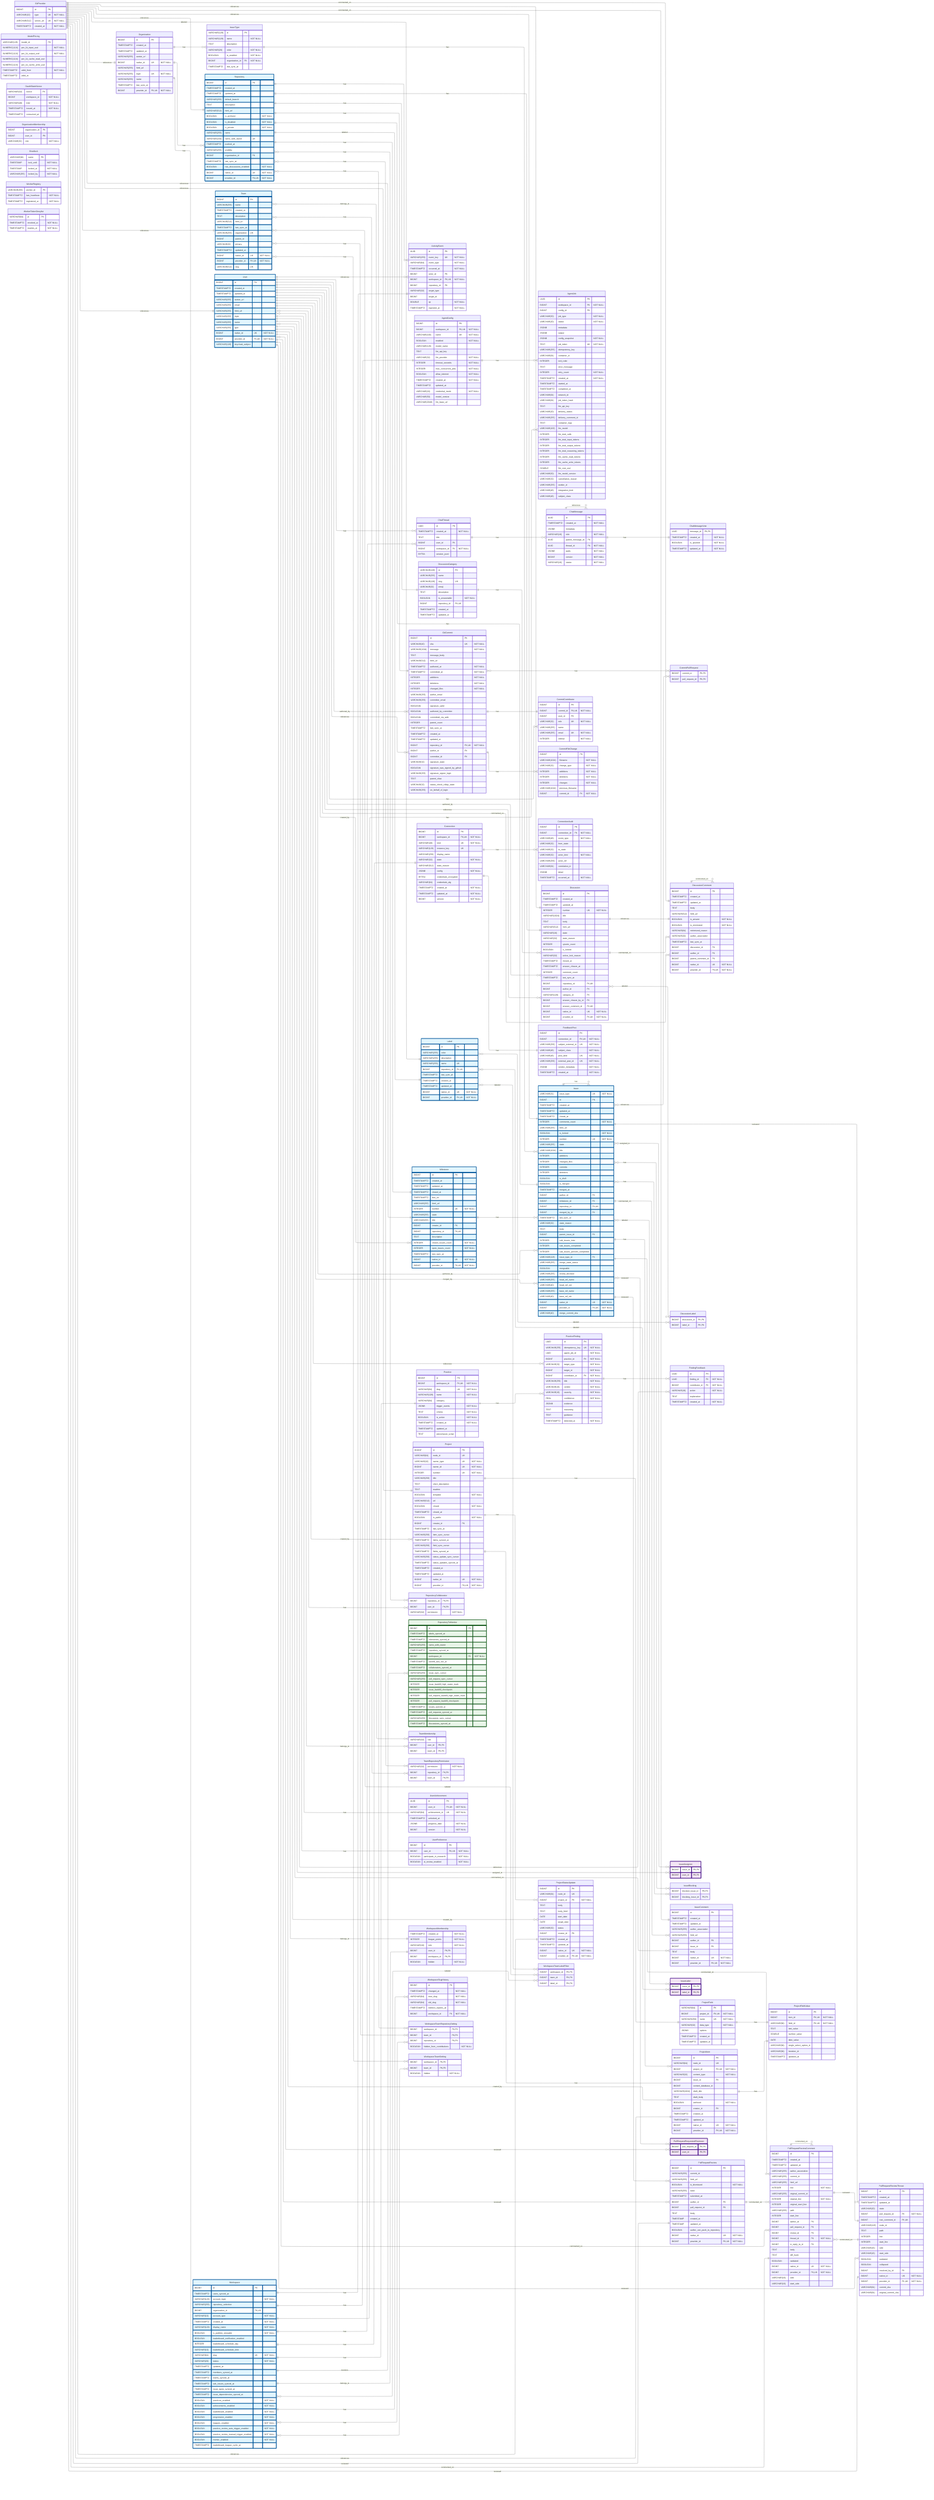
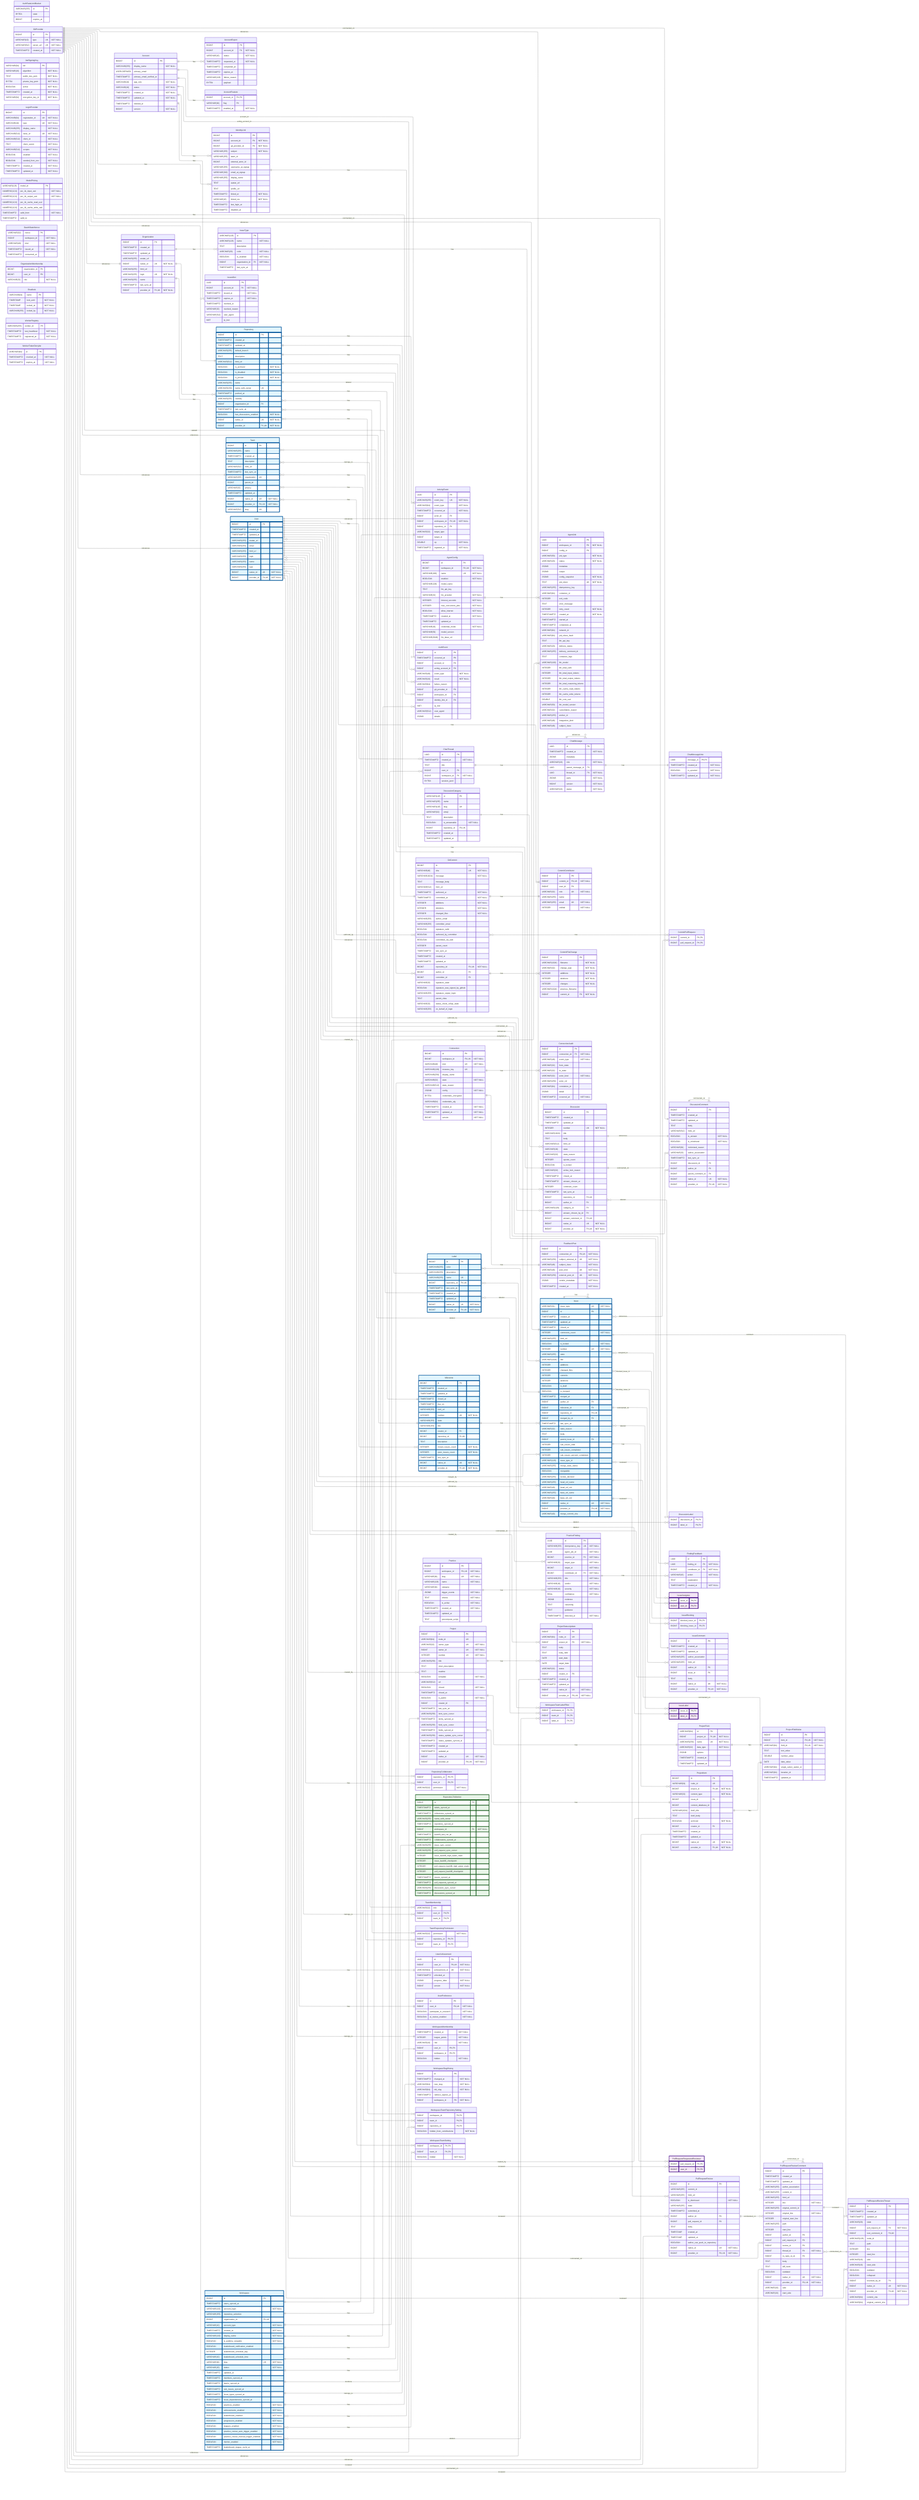
---
config:
    layout: elk
---
erDiagram
    %% Generated automatically from PostgreSQL database schema
    %% using scripts/generate-mermaid-erd.ts
    %% To regenerate: pnpm run db:generate-erd-docs

    direction LR
+ 
+     Account {
+         BIGINT id PK
+         VARCHAR(255) display_name "NOT NULL"
+         USER-DEFINED primary_email
+         TIMESTAMPTZ primary_email_verified_at
+         VARCHAR(16) app_role "NOT NULL"
+         VARCHAR(16) status "NOT NULL"
+         TIMESTAMPTZ created_at "NOT NULL"
+         TIMESTAMPTZ updated_at "NOT NULL"
+         TIMESTAMPTZ deleted_at
+         BIGINT version "NOT NULL"
+     }
+ 
+     AccountExport {
+         BIGINT id PK
+         BIGINT account_id FK "NOT NULL"
+         VARCHAR(16) status "NOT NULL"
+         TIMESTAMPTZ requested_at "NOT NULL"
+         TIMESTAMPTZ completed_at
+         TIMESTAMPTZ expires_at
+         VARCHAR(128) failure_reason
+         BYTEA payload
+     }
+ 
+     AccountFeature {
+         BIGINT account_id PK,FK
+         VARCHAR(64) flag PK
+         TIMESTAMPTZ enabled_at "NOT NULL"
+     }

    ActivityEvent {
        UUID id PK
        VARCHAR(255) event_key UK "NOT NULL"
        VARCHAR(64) event_type "NOT NULL"
        TIMESTAMPTZ occurred_at "NOT NULL"
        BIGINT actor_id FK
        BIGINT workspace_id FK,UK "NOT NULL"
        BIGINT repository_id FK
        VARCHAR(32) target_type
        BIGINT target_id
        DOUBLE xp "NOT NULL"
        TIMESTAMPTZ ingested_at "NOT NULL"
    }

    AgentConfig {
        BIGINT id PK
        BIGINT workspace_id FK,UK "NOT NULL"
        VARCHAR(100) name UK "NOT NULL"
        BOOLEAN enabled "NOT NULL"
        VARCHAR(128) model_name
        TEXT llm_api_key
        VARCHAR(32) llm_provider "NOT NULL"
        INTEGER timeout_seconds "NOT NULL"
        INTEGER max_concurrent_jobs "NOT NULL"
        BOOLEAN allow_internet "NOT NULL"
        TIMESTAMPTZ created_at "NOT NULL"
        TIMESTAMPTZ updated_at
        VARCHAR(16) credential_mode "NOT NULL"
        VARCHAR(50) model_version
        VARCHAR(2048) llm_base_url
    }

    AgentJob {
        UUID id PK
        BIGINT workspace_id FK "NOT NULL"
        BIGINT config_id FK
        VARCHAR(50) job_type "NOT NULL"
        VARCHAR(20) status "NOT NULL"
        JSONB metadata
        JSONB output
        JSONB config_snapshot "NOT NULL"
        TEXT job_token UK "NOT NULL"
        VARCHAR(255) idempotency_key
        VARCHAR(64) container_id
        INTEGER exit_code
        TEXT error_message
        INTEGER retry_count "NOT NULL"
        TIMESTAMPTZ created_at "NOT NULL"
        TIMESTAMPTZ started_at
        TIMESTAMPTZ completed_at
        VARCHAR(64) network_id
        VARCHAR(64) job_token_hash
        TEXT llm_api_key
        VARCHAR(20) delivery_status
        VARCHAR(255) delivery_comment_id
        TEXT container_logs
        VARCHAR(100) llm_model
        INTEGER llm_total_calls
        INTEGER llm_total_input_tokens
        INTEGER llm_total_output_tokens
        INTEGER llm_total_reasoning_tokens
        INTEGER llm_cache_read_tokens
        INTEGER llm_cache_write_tokens
        DOUBLE llm_cost_usd
        VARCHAR(50) llm_model_version
        VARCHAR(32) cancellation_reason
        VARCHAR(255) worker_id
        VARCHAR(48) integration_kind
        VARCHAR(48) subject_class
    }

+     AuthEvent {
+         BIGINT id PK
+         TIMESTAMPTZ occurred_at PK
+         BIGINT account_id FK
+         BIGINT acting_account_id FK
+         VARCHAR(48) event_type "NOT NULL"
+         VARCHAR(16) result "NOT NULL"
+         VARCHAR(64) failure_reason
+         BIGINT git_provider_id FK
+         BIGINT workspace_id FK
+         BIGINT identity_link_id FK
+         INET ip_inet
+         VARCHAR(512) user_agent
+         JSONB details
+     }
+ 
+     AuthRateLimitBucket {
+         VARCHAR(255) id PK
+         BYTEA state
+         BIGINT expires_at
+     }
+ 
    ChatMessage {
        UUID id PK
        TIMESTAMPTZ created_at "NOT NULL"
        JSONB metadata
        VARCHAR(16) role "NOT NULL"
        UUID parent_message_id FK
        UUID thread_id FK "NOT NULL"
        JSONB parts "NOT NULL"
        BIGINT version "NOT NULL"
        VARCHAR(16) status "NOT NULL"
    }

    ChatMessageVote {
        UUID message_id PK,FK
        TIMESTAMPTZ created_at "NOT NULL"
        BOOLEAN is_upvoted "NOT NULL"
        TIMESTAMPTZ updated_at "NOT NULL"
    }

    ChatThread {
        UUID id PK
        TIMESTAMPTZ created_at "NOT NULL"
        TEXT title
        BIGINT user_id FK
        BIGINT workspace_id FK "NOT NULL"
        BYTEA session_jsonl
    }

    CommitContributor {
        BIGINT id PK
        BIGINT commit_id FK,UK "NOT NULL"
        BIGINT user_id FK
        VARCHAR(32) role UK "NOT NULL"
        VARCHAR(255) name
        VARCHAR(255) email UK "NOT NULL"
        INTEGER ordinal "NOT NULL"
    }

    CommitFileChange {
        BIGINT id PK
        VARCHAR(1024) filename "NOT NULL"
        VARCHAR(32) change_type "NOT NULL"
        INTEGER additions "NOT NULL"
        INTEGER deletions "NOT NULL"
        INTEGER changes "NOT NULL"
        VARCHAR(1024) previous_filename
        BIGINT commit_id FK "NOT NULL"
    }

    CommitPullRequest {
        BIGINT commit_id PK,FK
        BIGINT pull_request_id PK,FK
    }

    Connection {
        BIGINT id PK
        BIGINT workspace_id FK,UK "NOT NULL"
        VARCHAR(48) kind UK "NOT NULL"
        VARCHAR(128) instance_key UK
        VARCHAR(256) display_name
        VARCHAR(32) state "NOT NULL"
        VARCHAR(512) state_reason
        JSONB config "NOT NULL"
        BYTEA credentials_encrypted
        VARCHAR(64) credentials_alg
        TIMESTAMPTZ created_at "NOT NULL"
        TIMESTAMPTZ updated_at "NOT NULL"
        BIGINT version "NOT NULL"
    }

    ConnectionAudit {
        BIGINT id PK
        BIGINT connection_id FK "NOT NULL"
        VARCHAR(48) event_type "NOT NULL"
        VARCHAR(32) from_state
        VARCHAR(32) to_state
        VARCHAR(32) actor_kind "NOT NULL"
        VARCHAR(256) actor_ref
        VARCHAR(64) correlation_id
        JSONB detail
        TIMESTAMPTZ occurred_at "NOT NULL"
    }

    Discussion {
        BIGINT id PK
        TIMESTAMPTZ created_at
        TIMESTAMPTZ updated_at
        INTEGER number UK "NOT NULL"
        VARCHAR(1024) title
        TEXT body
        VARCHAR(512) html_url
        VARCHAR(16) state
        VARCHAR(32) state_reason
        INTEGER upvote_count
        BOOLEAN is_locked
        VARCHAR(32) active_lock_reason
        TIMESTAMPTZ closed_at
        TIMESTAMPTZ answer_chosen_at
        INTEGER comment_count
        TIMESTAMPTZ last_sync_at
        BIGINT repository_id FK,UK
        BIGINT author_id FK
        VARCHAR(128) category_id FK
        BIGINT answer_chosen_by_id FK
        BIGINT answer_comment_id FK,UK
        BIGINT native_id UK "NOT NULL"
        BIGINT provider_id FK,UK "NOT NULL"
    }

    DiscussionCategory {
        VARCHAR(128) id PK
        VARCHAR(255) name
        VARCHAR(128) slug UK
        VARCHAR(32) emoji
        TEXT description
        BOOLEAN is_answerable "NOT NULL"
        BIGINT repository_id FK,UK
        TIMESTAMPTZ created_at
        TIMESTAMPTZ updated_at
    }

    DiscussionComment {
        BIGINT id PK
        TIMESTAMPTZ created_at
        TIMESTAMPTZ updated_at
        TEXT body
        VARCHAR(512) html_url
        BOOLEAN is_answer "NOT NULL"
        BOOLEAN is_minimized "NOT NULL"
        VARCHAR(64) minimized_reason
        VARCHAR(32) author_association
        TIMESTAMPTZ last_sync_at
        BIGINT discussion_id FK
        BIGINT author_id FK
        BIGINT parent_comment_id FK
        BIGINT native_id UK "NOT NULL"
        BIGINT provider_id FK,UK "NOT NULL"
    }

    DiscussionLabel {
        BIGINT discussion_id PK,FK
        BIGINT label_id PK,FK
    }

    FeedbackPost {
        BIGINT id PK
        BIGINT connection_id FK,UK "NOT NULL"
        VARCHAR(256) subject_external_id UK "NOT NULL"
        VARCHAR(48) subject_class "NOT NULL"
        VARCHAR(48) post_kind UK "NOT NULL"
        VARCHAR(256) external_post_id UK "NOT NULL"
        JSONB vendor_metadata "NOT NULL"
        TIMESTAMPTZ created_at "NOT NULL"
    }

    FindingFeedback {
        UUID id PK
        UUID finding_id FK "NOT NULL"
        BIGINT contributor_id FK "NOT NULL"
        VARCHAR(16) action "NOT NULL"
        TEXT explanation
        TIMESTAMPTZ created_at "NOT NULL"
    }

    GitCommit {
        BIGINT id PK
        VARCHAR(40) sha UK "NOT NULL"
        VARCHAR(1024) message "NOT NULL"
        TEXT message_body
        VARCHAR(512) html_url
        TIMESTAMPTZ authored_at "NOT NULL"
        TIMESTAMPTZ committed_at "NOT NULL"
        INTEGER additions "NOT NULL"
        INTEGER deletions "NOT NULL"
        INTEGER changed_files "NOT NULL"
        VARCHAR(255) author_email
        VARCHAR(255) committer_email
        BOOLEAN signature_valid
        BOOLEAN authored_by_committer
        BOOLEAN committed_via_web
        INTEGER parent_count
        TIMESTAMPTZ last_sync_at
        TIMESTAMPTZ created_at
        TIMESTAMPTZ updated_at
        BIGINT repository_id FK,UK "NOT NULL"
        BIGINT author_id FK
        BIGINT committer_id FK
        VARCHAR(32) signature_state
        BOOLEAN signature_was_signed_by_github
        VARCHAR(255) signature_signer_login
        TEXT parent_shas
        VARCHAR(32) status_check_rollup_state
        VARCHAR(255) on_behalf_of_login
    }

    GitProvider {
        BIGINT id PK
        VARCHAR(10) type UK "NOT NULL"
        VARCHAR(512) server_url UK "NOT NULL"
        TIMESTAMPTZ created_at "NOT NULL"
+     }
+ 
+     IdentityLink {
+         BIGINT id PK
+         BIGINT account_id FK "NOT NULL"
+         BIGINT git_provider_id FK "NOT NULL"
+         VARCHAR(255) subject "NOT NULL"
+         VARCHAR(255) team_id
+         BIGINT external_actor_id
+         VARCHAR(255) username_at_signup
+         VARCHAR(320) email_at_signup
+         VARCHAR(255) display_name
+         TEXT avatar_url
+         TEXT profile_url
+         TIMESTAMPTZ linked_at "NOT NULL"
+         VARCHAR(16) linked_via "NOT NULL"
+         TIMESTAMPTZ last_login_at
+         TIMESTAMPTZ disabled_at
    }

    Issue {
        VARCHAR(31) issue_type UK "NOT NULL"
        BIGINT id PK
        TIMESTAMPTZ created_at
        TIMESTAMPTZ updated_at
        TIMESTAMPTZ closed_at
        INTEGER comments_count "NOT NULL"
        VARCHAR(255) html_url
        BOOLEAN is_locked "NOT NULL"
        INTEGER number UK "NOT NULL"
        VARCHAR(255) state
        VARCHAR(1024) title
        INTEGER additions
        INTEGER changed_files
        INTEGER commits
        INTEGER deletions
        BOOLEAN is_draft
        BOOLEAN is_merged
        TIMESTAMPTZ merged_at
        BIGINT author_id FK
        BIGINT milestone_id FK
        BIGINT repository_id FK,UK
        BIGINT merged_by_id FK
        TIMESTAMPTZ last_sync_at
        VARCHAR(32) state_reason
        TEXT body
        BIGINT parent_issue_id FK
        INTEGER sub_issues_total
        INTEGER sub_issues_completed
        INTEGER sub_issues_percent_completed
        VARCHAR(128) issue_type_id FK
        VARCHAR(255) merge_state_status
        BOOLEAN mergeable
        VARCHAR(255) review_decision
        VARCHAR(255) head_ref_name
        VARCHAR(40) head_ref_oid
        VARCHAR(255) base_ref_name
        VARCHAR(40) base_ref_oid
        BIGINT native_id UK "NOT NULL"
        BIGINT provider_id FK,UK "NOT NULL"
        VARCHAR(40) merge_commit_sha
    }

    IssueAssignee {
        BIGINT issue_id PK,FK
        BIGINT user_id PK,FK
    }

    IssueBlocking {
        BIGINT blocked_issue_id PK,FK
        BIGINT blocking_issue_id PK,FK
    }

    IssueComment {
        BIGINT id PK
        TIMESTAMPTZ created_at
        TIMESTAMPTZ updated_at
        VARCHAR(255) author_association
        VARCHAR(255) html_url
        BIGINT author_id FK
        BIGINT issue_id FK
        TEXT body
        BIGINT native_id UK "NOT NULL"
        BIGINT provider_id FK,UK "NOT NULL"
    }

    IssueLabel {
        BIGINT issue_id PK,FK
        BIGINT label_id PK,FK
    }

    IssueType {
        VARCHAR(128) id PK
        VARCHAR(128) name "NOT NULL"
        TEXT description
        VARCHAR(20) color "NOT NULL"
        BOOLEAN is_enabled "NOT NULL"
        BIGINT organization_id FK "NOT NULL"
        TIMESTAMPTZ last_sync_at
    }

+     IssuedJwt {
+         UUID jti PK
+         BIGINT account_id FK "NOT NULL"
+         TIMESTAMPTZ issued_at "NOT NULL"
+         TIMESTAMPTZ expires_at "NOT NULL"
+         TIMESTAMPTZ revoked_at
+         VARCHAR(32) revoked_reason
+         VARCHAR(512) user_agent
+         INET ip_inet
+     }
+ 
+     JwtSigningKey {
+         VARCHAR(64) kid PK
+         VARCHAR(16) algorithm "NOT NULL"
+         TEXT public_key_pem "NOT NULL"
+         BYTEA private_key_pem "NOT NULL"
+         BOOLEAN active "NOT NULL"
+         TIMESTAMPTZ created_at "NOT NULL"
+         VARCHAR(64) encryption_key_id "NOT NULL"
+     }
+ 
    Label {
        BIGINT id PK
        VARCHAR(255) color
        VARCHAR(255) description
        VARCHAR(255) name UK
        BIGINT repository_id FK,UK
        TIMESTAMPTZ last_sync_at
        TIMESTAMPTZ created_at
        TIMESTAMPTZ updated_at
        BIGINT native_id UK "NOT NULL"
        BIGINT provider_id FK,UK "NOT NULL"
+     }
+ 
+     LoginProvider {
+         BIGINT id PK
+         VARCHAR(64) registration_id UK "NOT NULL"
+         VARCHAR(10) type UK "NOT NULL"
+         VARCHAR(255) display_name "NOT NULL"
+         VARCHAR(512) base_url UK "NOT NULL"
+         VARCHAR(512) client_id "NOT NULL"
+         TEXT client_secret "NOT NULL"
+         VARCHAR(512) scopes "NOT NULL"
+         BOOLEAN enabled "NOT NULL"
+         BOOLEAN seeded_from_env "NOT NULL"
+         TIMESTAMPTZ created_at "NOT NULL"
+         TIMESTAMPTZ updated_at "NOT NULL"
    }

    Milestone {
        BIGINT id PK
        TIMESTAMPTZ created_at
        TIMESTAMPTZ updated_at
        TIMESTAMPTZ closed_at
        TIMESTAMPTZ due_on
        VARCHAR(255) html_url
        INTEGER number UK "NOT NULL"
        VARCHAR(255) state
        VARCHAR(255) title
        BIGINT creator_id FK
        BIGINT repository_id FK,UK
        TEXT description
        INTEGER closed_issues_count "NOT NULL"
        INTEGER open_issues_count "NOT NULL"
        TIMESTAMPTZ last_sync_at
        BIGINT native_id UK "NOT NULL"
        BIGINT provider_id FK,UK "NOT NULL"
    }

    ModelPricing {
        VARCHAR(128) model_id PK
        NUMERIC(12,6) per_1k_input_usd "NOT NULL"
        NUMERIC(12,6) per_1k_output_usd "NOT NULL"
        NUMERIC(12,6) per_1k_cache_read_usd
        NUMERIC(12,6) per_1k_cache_write_usd
        TIMESTAMPTZ valid_from "NOT NULL"
        TIMESTAMPTZ valid_to
    }

    OauthStateNonce {
        VARCHAR(32) nonce PK
        BIGINT workspace_id "NOT NULL"
        VARCHAR(48) kind "NOT NULL"
        TIMESTAMPTZ issued_at "NOT NULL"
        TIMESTAMPTZ consumed_at
    }

    Organization {
        BIGINT id PK
        TIMESTAMPTZ created_at
        TIMESTAMPTZ updated_at
        VARCHAR(255) avatar_url
        BIGINT native_id UK "NOT NULL"
        VARCHAR(255) html_url
        VARCHAR(255) login UK "NOT NULL"
        VARCHAR(255) name
        TIMESTAMPTZ last_sync_at
        BIGINT provider_id FK,UK "NOT NULL"
    }

    OrganizationMembership {
        BIGINT organization_id PK
        BIGINT user_id PK
        VARCHAR(32) role "NOT NULL"
    }

    Practice {
        BIGINT id PK
        BIGINT workspace_id FK,UK "NOT NULL"
        VARCHAR(64) slug UK "NOT NULL"
        VARCHAR(128) name "NOT NULL"
        VARCHAR(64) category
        JSONB trigger_events "NOT NULL"
        TEXT criteria "NOT NULL"
        BOOLEAN is_active "NOT NULL"
        TIMESTAMPTZ created_at "NOT NULL"
        TIMESTAMPTZ updated_at
        TEXT precompute_script
    }

    PracticeFinding {
        UUID id PK
        VARCHAR(255) idempotency_key UK "NOT NULL"
        UUID agent_job_id "NOT NULL"
        BIGINT practice_id FK "NOT NULL"
        VARCHAR(32) target_type "NOT NULL"
        BIGINT target_id "NOT NULL"
        BIGINT contributor_id FK "NOT NULL"
        VARCHAR(255) title "NOT NULL"
        VARCHAR(16) verdict "NOT NULL"
        VARCHAR(16) severity "NOT NULL"
        REAL confidence "NOT NULL"
        JSONB evidence
        TEXT reasoning
        TEXT guidance
        TIMESTAMPTZ detected_at "NOT NULL"
    }

    Project {
        BIGINT id PK
        VARCHAR(64) node_id UK
        VARCHAR(32) owner_type UK "NOT NULL"
        BIGINT owner_id UK "NOT NULL"
        INTEGER number UK "NOT NULL"
        VARCHAR(256) title
        TEXT short_description
        TEXT readme
        BOOLEAN template "NOT NULL"
        VARCHAR(512) url
        BOOLEAN closed "NOT NULL"
        TIMESTAMPTZ closed_at
        BOOLEAN is_public "NOT NULL"
        BIGINT creator_id FK
        TIMESTAMPTZ last_sync_at
        VARCHAR(256) item_sync_cursor
        TIMESTAMPTZ items_synced_at
        VARCHAR(256) field_sync_cursor
        TIMESTAMPTZ fields_synced_at
        VARCHAR(256) status_update_sync_cursor
        TIMESTAMPTZ status_updates_synced_at
        TIMESTAMPTZ created_at
        TIMESTAMPTZ updated_at
        BIGINT native_id UK "NOT NULL"
        BIGINT provider_id FK,UK "NOT NULL"
    }

    ProjectField {
        VARCHAR(64) id PK
        BIGINT project_id FK,UK "NOT NULL"
        VARCHAR(256) name UK "NOT NULL"
        VARCHAR(32) data_type "NOT NULL"
        JSONB options
        TIMESTAMPTZ created_at
        TIMESTAMPTZ updated_at
    }

    ProjectFieldValue {
        BIGINT id PK
        BIGINT item_id FK,UK "NOT NULL"
        VARCHAR(64) field_id FK,UK "NOT NULL"
        TEXT text_value
        DOUBLE number_value
        DATE date_value
        VARCHAR(64) single_select_option_id
        VARCHAR(64) iteration_id
        TIMESTAMPTZ updated_at
    }

    ProjectItem {
        BIGINT id PK
        VARCHAR(64) node_id UK
        BIGINT project_id FK,UK "NOT NULL"
        VARCHAR(32) content_type "NOT NULL"
        BIGINT issue_id FK
        BIGINT content_database_id
        VARCHAR(1024) draft_title
        TEXT draft_body
        BOOLEAN archived "NOT NULL"
        BIGINT creator_id FK
        TIMESTAMPTZ created_at
        TIMESTAMPTZ updated_at
        BIGINT native_id UK "NOT NULL"
        BIGINT provider_id FK,UK "NOT NULL"
    }

    ProjectStatusUpdate {
        BIGINT id PK
        VARCHAR(64) node_id UK
        BIGINT project_id FK "NOT NULL"
        TEXT body
        TEXT body_html
        DATE start_date
        DATE target_date
        VARCHAR(32) status
        BIGINT creator_id FK
        TIMESTAMPTZ created_at
        TIMESTAMPTZ updated_at
        BIGINT native_id UK "NOT NULL"
        BIGINT provider_id FK,UK "NOT NULL"
    }

    PullRequestRequestedReviewer {
        BIGINT pull_request_id PK,FK
        BIGINT user_id PK,FK
    }

    PullRequestReview {
        BIGINT id PK
        VARCHAR(255) commit_id
        VARCHAR(255) html_url
        BOOLEAN is_dismissed "NOT NULL"
        VARCHAR(255) state
        TIMESTAMPTZ submitted_at
        BIGINT author_id FK
        BIGINT pull_request_id FK
        TEXT body
        TIMESTAMP created_at
        TIMESTAMP updated_at
        BOOLEAN author_can_push_to_repository
        BIGINT native_id UK "NOT NULL"
        BIGINT provider_id FK,UK "NOT NULL"
    }

    PullRequestReviewComment {
        BIGINT id PK
        TIMESTAMPTZ created_at
        TIMESTAMPTZ updated_at
        VARCHAR(255) author_association
        VARCHAR(255) commit_id
        VARCHAR(255) html_url
        INTEGER line "NOT NULL"
        VARCHAR(255) original_commit_id
        INTEGER original_line "NOT NULL"
        INTEGER original_start_line
        VARCHAR(255) path
        INTEGER start_line
        BIGINT author_id FK
        BIGINT pull_request_id FK
        BIGINT review_id FK
        BIGINT thread_id FK "NOT NULL"
        BIGINT in_reply_to_id FK
        TEXT body
        TEXT diff_hunk
        BOOLEAN outdated
        BIGINT native_id UK "NOT NULL"
        BIGINT provider_id FK,UK "NOT NULL"
        VARCHAR(16) side
        VARCHAR(16) start_side
    }

    PullRequestReviewThread {
        BIGINT id PK
        TIMESTAMPTZ created_at
        TIMESTAMPTZ updated_at
        VARCHAR(20) state
        BIGINT pull_request_id FK "NOT NULL"
        BIGINT root_comment_id FK,UK
        VARCHAR(128) node_id
        TEXT path
        INTEGER line
        INTEGER start_line
        VARCHAR(16) side
        VARCHAR(16) start_side
        BOOLEAN outdated
        BOOLEAN collapsed
        BIGINT resolved_by_id FK
        BIGINT native_id UK "NOT NULL"
        BIGINT provider_id FK,UK "NOT NULL"
        VARCHAR(64) commit_sha
        VARCHAR(64) original_commit_sha
    }

    Repository {
        BIGINT id PK
        TIMESTAMPTZ created_at
        TIMESTAMPTZ updated_at
        VARCHAR(255) default_branch
        TEXT description
        VARCHAR(512) html_url
        BOOLEAN is_archived "NOT NULL"
        BOOLEAN is_disabled "NOT NULL"
        BOOLEAN is_private "NOT NULL"
        VARCHAR(255) name
        VARCHAR(150) name_with_owner UK
        TIMESTAMPTZ pushed_at
        VARCHAR(255) visibility
        BIGINT organization_id FK
        TIMESTAMPTZ last_sync_at
        BOOLEAN has_discussions_enabled "NOT NULL"
        BIGINT native_id UK "NOT NULL"
        BIGINT provider_id FK,UK "NOT NULL"
    }

    RepositoryCollaborator {
        BIGINT repository_id PK,FK
        BIGINT user_id PK,FK
        VARCHAR(32) permission "NOT NULL"
    }

    RepositoryToMonitor {
        BIGINT id PK
        TIMESTAMPTZ labels_synced_at
        TIMESTAMPTZ milestones_synced_at
        VARCHAR(255) name_with_owner
        TIMESTAMPTZ repository_synced_at
        BIGINT workspace_id FK "NOT NULL"
        TIMESTAMPTZ backfill_last_run_at
        TIMESTAMPTZ collaborators_synced_at
        VARCHAR(255) issue_sync_cursor
        VARCHAR(255) pull_request_sync_cursor
        INTEGER issue_backfill_high_water_mark
        INTEGER issue_backfill_checkpoint
        INTEGER pull_request_backfill_high_water_mark
        INTEGER pull_request_backfill_checkpoint
        TIMESTAMPTZ issues_synced_at
        TIMESTAMPTZ pull_requests_synced_at
        VARCHAR(255) discussion_sync_cursor
        TIMESTAMPTZ discussions_synced_at
    }

    Shedlock {
        VARCHAR(64) name PK
        TIMESTAMP lock_until "NOT NULL"
        TIMESTAMP locked_at "NOT NULL"
        VARCHAR(255) locked_by "NOT NULL"
    }

    Team {
        BIGINT id PK
        VARCHAR(255) name
        TIMESTAMPTZ created_at
        TEXT description
        VARCHAR(512) html_url
        TIMESTAMPTZ last_sync_at
        VARCHAR(255) organization UK
        BIGINT parent_id
        VARCHAR(32) privacy
        TIMESTAMPTZ updated_at
        BIGINT native_id UK "NOT NULL"
        BIGINT provider_id FK,UK "NOT NULL"
        VARCHAR(512) slug UK
    }

    TeamMembership {
        VARCHAR(32) role
        BIGINT user_id PK,FK
        BIGINT team_id PK,FK
    }

    TeamRepositoryPermission {
        VARCHAR(32) permission "NOT NULL"
        BIGINT repository_id PK,FK
        BIGINT team_id PK,FK
    }

    User {
        BIGINT id PK
        TIMESTAMPTZ created_at
        TIMESTAMPTZ updated_at
        VARCHAR(255) avatar_url
        VARCHAR(255) email
        VARCHAR(255) html_url
        VARCHAR(255) login
        VARCHAR(255) name
        VARCHAR(255) type
        BIGINT native_id UK "NOT NULL"
        BIGINT provider_id FK,UK "NOT NULL"
-         VARCHAR(128) keycloak_subject
    }

    UserAchievement {
        UUID id PK
        BIGINT user_id FK,UK "NOT NULL"
        VARCHAR(64) achievement_id UK "NOT NULL"
        TIMESTAMPTZ unlocked_at
        JSONB progress_data "NOT NULL"
        BIGINT version "NOT NULL"
    }

    UserPreference {
        BIGINT id PK
        BIGINT user_id FK,UK "NOT NULL"
        BOOLEAN participate_in_research "NOT NULL"
        BOOLEAN ai_review_enabled "NOT NULL"
    }

    WorkerRegistry {
        VARCHAR(255) worker_id PK
        TIMESTAMPTZ last_heartbeat "NOT NULL"
        TIMESTAMPTZ registered_at "NOT NULL"
    }

    WorkerTokenDenylist {
        VARCHAR(64) jti PK
        TIMESTAMPTZ revoked_at "NOT NULL"
        TIMESTAMPTZ expires_at "NOT NULL"
    }

    Workspace {
        BIGINT id PK
        TIMESTAMPTZ users_synced_at
        VARCHAR(120) account_login "NOT NULL"
        VARCHAR(255) repository_selection
        BIGINT organization_id FK,UK
        VARCHAR(10) account_type "NOT NULL"
        TIMESTAMPTZ created_at "NOT NULL"
        VARCHAR(120) display_name "NOT NULL"
        BOOLEAN is_publicly_viewable "NOT NULL"
        BOOLEAN leaderboard_notification_enabled
        INTEGER leaderboard_schedule_day
        VARCHAR(10) leaderboard_schedule_time
        VARCHAR(64) slug UK "NOT NULL"
        VARCHAR(20) status "NOT NULL"
        TIMESTAMPTZ updated_at
        TIMESTAMPTZ members_synced_at
        TIMESTAMPTZ teams_synced_at
        TIMESTAMPTZ sub_issues_synced_at
        TIMESTAMPTZ issue_types_synced_at
        TIMESTAMPTZ issue_dependencies_synced_at
        BOOLEAN practices_enabled "NOT NULL"
        BOOLEAN achievements_enabled "NOT NULL"
        BOOLEAN leaderboard_enabled "NOT NULL"
        BOOLEAN progression_enabled "NOT NULL"
        BOOLEAN leagues_enabled "NOT NULL"
        BOOLEAN practice_review_auto_trigger_enabled "NOT NULL"
        BOOLEAN practice_review_manual_trigger_enabled "NOT NULL"
        BOOLEAN mentor_enabled "NOT NULL"
        TIMESTAMPTZ leaderboard_league_cycle_at
    }

    WorkspaceMembership {
        TIMESTAMPTZ created_at "NOT NULL"
        INTEGER league_points "NOT NULL"
        VARCHAR(16) role "NOT NULL"
        BIGINT user_id PK,FK
        BIGINT workspace_id PK,FK
        BOOLEAN hidden "NOT NULL"
    }

    WorkspaceSlugHistory {
        BIGINT id PK
        TIMESTAMPTZ changed_at "NOT NULL"
        VARCHAR(64) new_slug "NOT NULL"
        VARCHAR(64) old_slug "NOT NULL"
        TIMESTAMPTZ redirect_expires_at
        BIGINT workspace_id FK "NOT NULL"
    }

    WorkspaceTeamLabelFilter {
        BIGINT workspace_id PK,FK
        BIGINT team_id PK,FK
        BIGINT label_id PK,FK
    }

    WorkspaceTeamRepositorySetting {
        BIGINT workspace_id PK,FK
        BIGINT team_id PK,FK
        BIGINT repository_id PK,FK
        BOOLEAN hidden_from_contributions "NOT NULL"
    }

    WorkspaceTeamSetting {
        BIGINT workspace_id PK,FK
        BIGINT team_id PK,FK
        BOOLEAN hidden "NOT NULL"
    }

    %% Relationships
    %% One-to-One relationships
+     Account ||--|| AccountFeature : has
    Workspace ||--|| ActivityEvent : has
    Workspace ||--|| AgentConfig : has
    ChatMessage ||--|| ChatMessageVote : has
    GitCommit ||--|| CommitContributor : has
    Workspace ||--|| Connection : has
+     Repository ||--|| Discussion : has
    DiscussionComment ||--|| Discussion : references
    GitProvider ||--|| Discussion : references
-     Repository ||--|| Discussion : has
    Repository ||--|| DiscussionCategory : has
    GitProvider ||--|| DiscussionComment : commented_on
    Connection ||--|| FeedbackPost : has
    Repository ||--|| GitCommit : has
+     Repository ||--|| Issue : has
    GitProvider ||--|| Issue : references
-     Repository ||--|| Issue : has
    GitProvider ||--|| IssueComment : commented_on
+     Repository ||--|| Label : labeled
    GitProvider ||--|| Label : labeled
-     Repository ||--|| Label : labeled
+     Repository ||--|| Milestone : has
    GitProvider ||--|| Milestone : references
-     Repository ||--|| Milestone : has
    GitProvider ||--|| Organization : references
    Workspace ||--|| Practice : has
    GitProvider ||--|| Project : references
    Project ||--|| ProjectField : has
+     ProjectItem ||--|| ProjectFieldValue : has
    ProjectField ||--|| ProjectFieldValue : has
-     ProjectItem ||--|| ProjectFieldValue : has
    Project ||--|| ProjectItem : has
    GitProvider ||--|| ProjectItem : references
    GitProvider ||--|| ProjectStatusUpdate : references
    GitProvider ||--|| PullRequestReview : reviewed
    GitProvider ||--|| PullRequestReviewComment : commented_on
+     PullRequestReviewComment ||--|| PullRequestReviewThread : reviewed
    GitProvider ||--|| PullRequestReviewThread : reviewed
-     PullRequestReviewComment ||--|| PullRequestReviewThread : reviewed
    GitProvider ||--|| Repository : references
    GitProvider ||--|| Team : references
    GitProvider ||--|| User : references
    User ||--|| UserAchievement : has
    User ||--|| UserPreference : has
    Organization ||--|| Workspace : has
    User ||--|| WorkspaceMembership : belongs_to
    Workspace ||--|| WorkspaceMembership : belongs_to

    %% One-to-Many relationships
+     Account ||--o{ AccountExport : has
    User ||--o{ ActivityEvent : references
    Repository ||--o{ ActivityEvent : has
+     Workspace ||--o{ AgentJob : has
    AgentConfig ||--o{ AgentJob : has
-     Workspace ||--o{ AgentJob : has
+     Account ||--o{ AuthEvent : account_id
+     Account ||--o{ AuthEvent : acting_account_id
+     GitProvider ||--o{ AuthEvent : has
+     Workspace ||--o{ AuthEvent : has
+     IdentityLink ||--o{ AuthEvent : has
    ChatMessage ||--o{ ChatMessage : references
    ChatThread ||--o{ ChatMessage : has
    User ||--o{ ChatThread : has
    Workspace ||--o{ ChatThread : has
    User ||--o{ CommitContributor : has
    GitCommit ||--o{ CommitFileChange : has
    Connection ||--o{ ConnectionAudit : has
-     User ||--o{ Discussion : references
    User ||--o{ Discussion : authored_by
    DiscussionCategory ||--o{ Discussion : has
+     User ||--o{ Discussion : references
+     Discussion ||--o{ DiscussionComment : commented_on
    User ||--o{ DiscussionComment : commented_on
-     Discussion ||--o{ DiscussionComment : commented_on
    DiscussionComment ||--o{ DiscussionComment : commented_on
+     PracticeFinding ||--o{ FindingFeedback : has
    User ||--o{ FindingFeedback : references
-     PracticeFinding ||--o{ FindingFeedback : has
    User ||--o{ GitCommit : authored_by
    User ||--o{ GitCommit : references
+     Account ||--o{ IdentityLink : has
+     GitProvider ||--o{ IdentityLink : has
    User ||--o{ Issue : authored_by
+     Milestone ||--o{ Issue : has
+     User ||--o{ Issue : merged_by
+     Issue ||--o{ Issue : has
    IssueType ||--o{ Issue : has
-     User ||--o{ Issue : merged_by
-     Milestone ||--o{ Issue : has
-     Issue ||--o{ Issue : has
    User ||--o{ IssueComment : commented_on
    Issue ||--o{ IssueComment : commented_on
    Organization ||--o{ IssueType : has
+     Account ||--o{ IssuedJwt : has
    User ||--o{ Milestone : created_by
+     Practice ||--o{ PracticeFinding : has
    User ||--o{ PracticeFinding : references
-     Practice ||--o{ PracticeFinding : has
    User ||--o{ Project : created_by
+     Issue ||--o{ ProjectItem : has
    User ||--o{ ProjectItem : created_by
-     Issue ||--o{ ProjectItem : has
+     Project ||--o{ ProjectStatusUpdate : has
    User ||--o{ ProjectStatusUpdate : created_by
-     Project ||--o{ ProjectStatusUpdate : has
    User ||--o{ PullRequestReview : reviewed
    Issue ||--o{ PullRequestReview : reviewed
    User ||--o{ PullRequestReviewComment : commented_on
-     PullRequestReviewComment ||--o{ PullRequestReviewComment : commented_on
    Issue ||--o{ PullRequestReviewComment : commented_on
    PullRequestReview ||--o{ PullRequestReviewComment : commented_on
    PullRequestReviewThread ||--o{ PullRequestReviewComment : commented_on
+     PullRequestReviewComment ||--o{ PullRequestReviewComment : commented_on
    Issue ||--o{ PullRequestReviewThread : reviewed
    User ||--o{ PullRequestReviewThread : reviewed
    Organization ||--o{ Repository : has
    Workspace ||--o{ RepositoryToMonitor : monitors
    Workspace ||--o{ WorkspaceSlugHistory : has

    %% Many-to-Many relationships
    GitCommit }o--o{ CommitPullRequest : has
    Issue }o--o{ CommitPullRequest : references
    Discussion }o--o{ DiscussionLabel : labeled
    Label }o--o{ DiscussionLabel : labeled
    Issue }o--o{ IssueAssignee : assigned_to
    User }o--o{ IssueAssignee : assigned_to
-     Issue }o--o{ IssueBlocking : has
-     Issue }o--o{ IssueBlocking : has
+     Issue }o--o{ IssueBlocking : blocked_issue_id
+     Issue }o--o{ IssueBlocking : blocking_issue_id
    Issue }o--o{ IssueLabel : labeled
    Label }o--o{ IssueLabel : labeled
    Issue }o--o{ PullRequestRequestedReviewer : reviewed
    User }o--o{ PullRequestRequestedReviewer : reviewed
    Repository }o--o{ RepositoryCollaborator : has
    User }o--o{ RepositoryCollaborator : has
+     User }o--o{ TeamMembership : belongs_to
    Team }o--o{ TeamMembership : belongs_to
-     User }o--o{ TeamMembership : belongs_to
    Repository }o--o{ TeamRepositoryPermission : has
    Team }o--o{ TeamRepositoryPermission : has
+     Workspace }o--o{ WorkspaceTeamLabelFilter : labeled
+     Team }o--o{ WorkspaceTeamLabelFilter : labeled
    Label }o--o{ WorkspaceTeamLabelFilter : labeled
-     Team }o--o{ WorkspaceTeamLabelFilter : labeled
-     Workspace }o--o{ WorkspaceTeamLabelFilter : labeled
+     Workspace }o--o{ WorkspaceTeamRepositorySetting : has
+     Team }o--o{ WorkspaceTeamRepositorySetting : has
    Repository }o--o{ WorkspaceTeamRepositorySetting : has
-     Team }o--o{ WorkspaceTeamRepositorySetting : has
-     Workspace }o--o{ WorkspaceTeamRepositorySetting : has
+     Workspace }o--o{ WorkspaceTeamSetting : has
    Team }o--o{ WorkspaceTeamSetting : has
-     Workspace }o--o{ WorkspaceTeamSetting : has

    %% Styling
    classDef primaryEntity fill:#e1f5fe,stroke:#01579b,stroke-width:2px
    classDef associationEntity fill:#f3e5f5,stroke:#4a148c,stroke-width:2px
    classDef metadataEntity fill:#e8f5e8,stroke:#1b5e20,stroke-width:2px

    class Issue primaryEntity
    class IssueAssignee associationEntity
    class IssueLabel associationEntity
    class Label primaryEntity
    class Milestone primaryEntity
    class PullRequestRequestedReviewer associationEntity
    class Repository primaryEntity
    class RepositoryToMonitor metadataEntity
    class Team primaryEntity
    class User primaryEntity
    class Workspace primaryEntity
